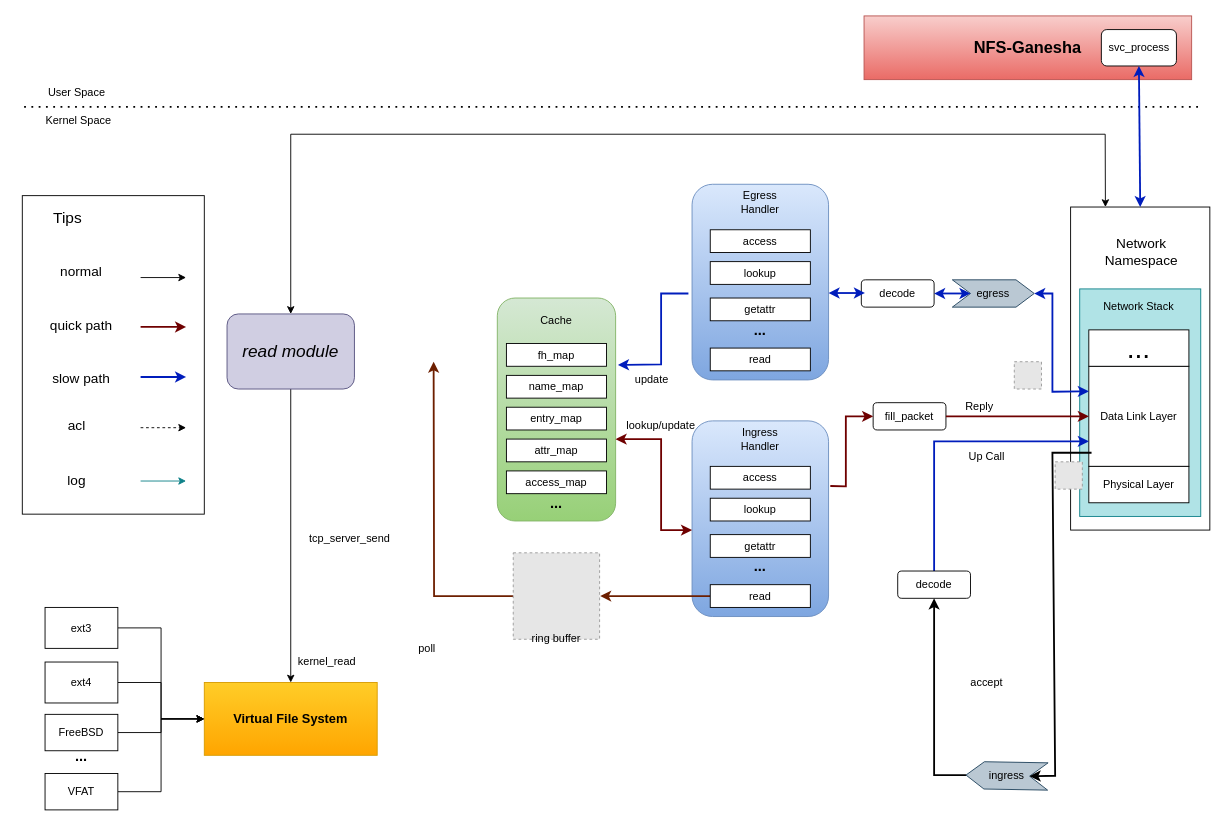
Earlier version of the draw.io diagram 快速处理模块.drawio (Kakoyi945/cloud). Source tidied: cells renumbered, new cells numbered last; positions are measured from the earlier drawing's top-left corner, leaving out a move shared by most shapes. Both pictures are drawn from the tidied source at 91%, with x=0, y=0 at pixel (22, 15). Pictures stored in the file or linked from it are replaced by grey dashed boxes.
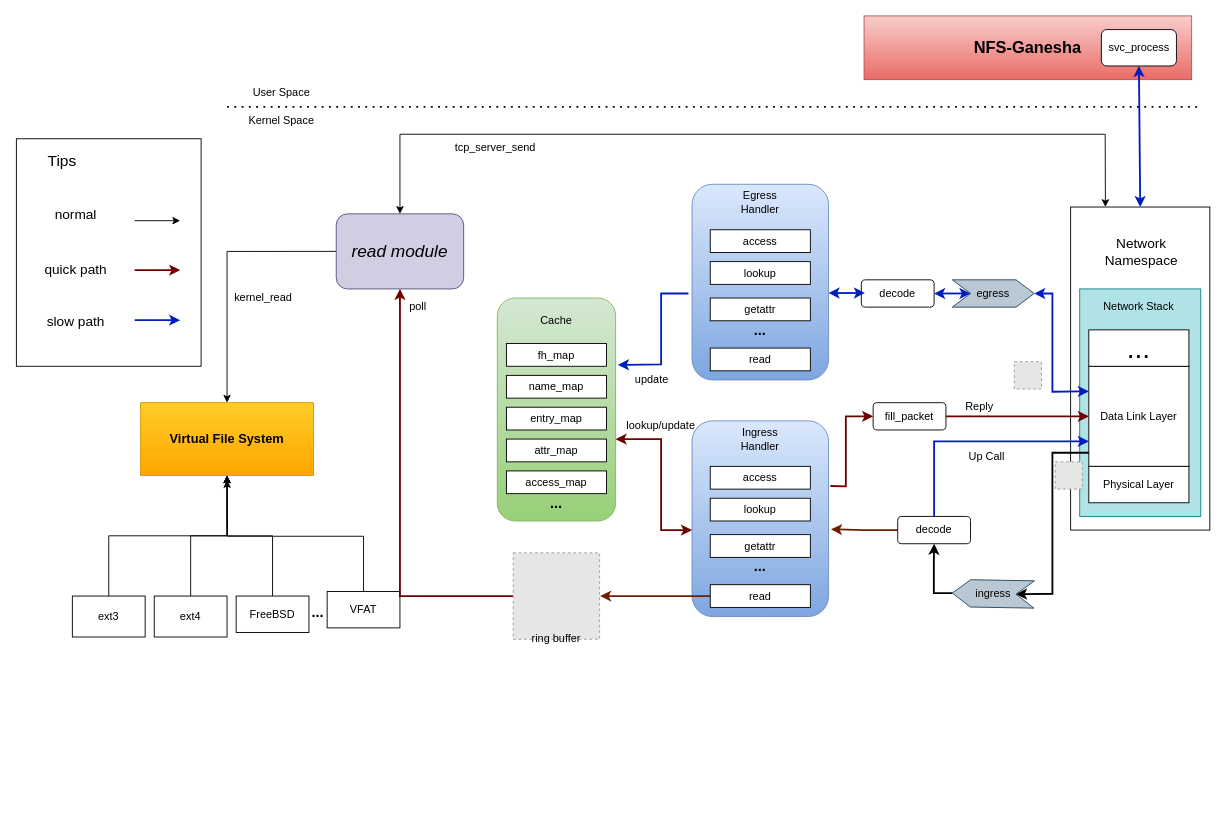
The same page after the edit.

Commit message:
更新快速处理模块.drawio

The change refers to these unchanged cells:
```xml
<mxCell id="2" style="rounded=0;whiteSpace=wrap;html=1;" parent="1" vertex="1">
  <mxGeometry x="1152" y="210" width="153" height="355" as="geometry" />
</mxCell>
<mxCell id="8" value="Data Link Layer" style="rounded=0;whiteSpace=wrap;html=1;" parent="1" vertex="1">
  <mxGeometry x="1172" y="385" width="110" height="110" as="geometry" />
</mxCell>
<mxCell id="19" style="rounded=1;whiteSpace=wrap;html=1;fillColor=#dae8fc;gradientColor=#7ea6e0;strokeColor=#6c8ebf;" parent="1" vertex="1">
  <mxGeometry x="736" y="445" width="150" height="215" as="geometry" />
</mxCell>
<mxCell id="72" style="fillColor=#E6E6E6;strokeColor=#999999;dashed=1;verticalLabelPosition=bottom;labelBackgroundColor=default;verticalAlign=top;" parent="1" vertex="1">
  <mxGeometry x="539.5" y="590" width="94.9" height="95" as="geometry" />
</mxCell>
```

The edit, as a diff of the source:
```diff
@@
+    <mxCell id="33" style="endArrow=classic;html=1;rounded=0;entryX=0;entryY=0.5;entryDx=0;entryDy=0;fillColor=#e51400;strokeColor=#000000;strokeWidth=2;exitX=0.027;exitY=0.864;exitDx=0;exitDy=0;exitPerimeter=0;" parent="1" edge="1" source="8" target="30">
+      <mxGeometry relative="1" as="geometry">
+        <Array as="points">
+          <mxPoint x="1132" y="480" />
+          <mxPoint x="1132" y="635" />
+        </Array>
+      </mxGeometry>
+    </mxCell>
@@
     <mxCell id="5" value="User Space" style="text;html=1;strokeColor=none;fillColor=none;align=center;verticalAlign=middle;whiteSpace=wrap;rounded=0;" parent="1" vertex="1">
-      <mxGeometry y="70" width="120" height="30" as="geometry" />
+      <mxGeometry x="225" y="70" width="120" height="30" as="geometry" />
     </mxCell>
     <mxCell id="6" value="Kernel Space" style="text;html=1;strokeColor=none;fillColor=none;align=center;verticalAlign=middle;whiteSpace=wrap;rounded=0;" parent="1" vertex="1">
-      <mxGeometry x="2" y="100" width="120" height="30" as="geometry" />
+      <mxGeometry x="225" y="100" width="120" height="30" as="geometry" />
     </mxCell>
@@
     <mxCell id="30" style="shape=step;perimeter=stepPerimeter;whiteSpace=wrap;html=1;fixedSize=1;rotation=-179;fillColor=#bac8d3;strokeColor=#23445d;" parent="1" vertex="1">
-      <mxGeometry x="1037" y="820" width="90" height="30" as="geometry" />
+      <mxGeometry x="1022" y="620" width="90" height="30" as="geometry" />
     </mxCell>
@@
     <mxCell id="32" value="ingress" style="text;html=1;strokeColor=none;fillColor=none;align=center;verticalAlign=middle;whiteSpace=wrap;rounded=0;" parent="1" vertex="1">
-      <mxGeometry x="1052" y="820" width="60" height="30" as="geometry" />
+      <mxGeometry x="1037" y="620" width="60" height="30" as="geometry" />
     </mxCell>
-    <mxCell id="33" style="endArrow=classic;html=1;rounded=0;entryX=0;entryY=0.5;entryDx=0;entryDy=0;fillColor=#e51400;strokeColor=#000000;strokeWidth=2;" parent="1" edge="1" target="30">
-      <mxGeometry relative="1" as="geometry">
-        <mxPoint x="1175" y="480" as="sourcePoint" />
-        <Array as="points">
-          <mxPoint x="1132" y="480" />
-          <mxPoint x="1135" y="835" />
-        </Array>
-      </mxGeometry>
-    </mxCell>
@@
+    <mxCell id="92" style="edgeStyle=orthogonalEdgeStyle;rounded=0;jettySize=auto;html=1;entryX=1.018;entryY=0.554;entryDx=0;entryDy=0;entryPerimeter=0;fillColor=#a0522d;strokeColor=#6D1F00;strokeWidth=2;" parent="1" edge="1" source="38" target="19">
+      <mxGeometry relative="1" as="geometry" />
+    </mxCell>
     <mxCell id="38" value="decode" style="rounded=1;whiteSpace=wrap;html=1;" parent="1" vertex="1">
-      <mxGeometry x="962" y="610" width="80" height="30" as="geometry" />
+      <mxGeometry x="962" y="550" width="80" height="30" as="geometry" />
     </mxCell>
@@
     <mxCell id="59" value="&lt;h3&gt;Virtual File System&lt;/h3&gt;" style="rounded=0;whiteSpace=wrap;html=1;fillColor=#ffcd28;gradientColor=#ffa500;strokeColor=#d79b00;" parent="1" vertex="1">
-      <mxGeometry x="200" y="732.5" width="190" height="80" as="geometry" />
+      <mxGeometry x="130" y="425" width="190" height="80" as="geometry" />
     </mxCell>
-    <mxCell id="60" style="edgeStyle=orthogonalEdgeStyle;rounded=0;jettySize=auto;html=1;exitX=1;exitY=0.5;exitDx=0;exitDy=0;entryX=0;entryY=0.5;entryDx=0;entryDy=0;" parent="1" edge="1" source="61" target="59">
+    <mxCell id="60" style="edgeStyle=orthogonalEdgeStyle;rounded=0;jettySize=auto;html=1;exitX=0.5;exitY=0;exitDx=0;exitDy=0;entryX=0.5;entryY=1;entryDx=0;entryDy=0;" parent="1" edge="1" source="61" target="59">
       <mxGeometry relative="1" as="geometry" />
     </mxCell>
     <mxCell id="61" value="ext3" style="rounded=0;whiteSpace=wrap;html=1;" parent="1" vertex="1">
-      <mxGeometry x="25" y="650" width="80" height="45" as="geometry" />
+      <mxGeometry x="55" y="637.5" width="80" height="45" as="geometry" />
     </mxCell>
-    <mxCell id="62" style="edgeStyle=orthogonalEdgeStyle;rounded=0;jettySize=auto;html=1;entryX=0;entryY=0.5;entryDx=0;entryDy=0;" parent="1" edge="1" source="63" target="59">
+    <mxCell id="62" style="edgeStyle=orthogonalEdgeStyle;rounded=0;jettySize=auto;html=1;exitX=0.5;exitY=0;exitDx=0;exitDy=0;entryX=0.5;entryY=1;entryDx=0;entryDy=0;" parent="1" edge="1" source="63" target="59">
       <mxGeometry relative="1" as="geometry" />
     </mxCell>
     <mxCell id="63" value="ext4" style="rounded=0;whiteSpace=wrap;html=1;" parent="1" vertex="1">
-      <mxGeometry x="25" y="710" width="80" height="45" as="geometry" />
+      <mxGeometry x="145" y="637.5" width="80" height="45" as="geometry" />
     </mxCell>
-    <mxCell id="64" style="edgeStyle=orthogonalEdgeStyle;rounded=0;jettySize=auto;html=1;entryX=0;entryY=0.5;entryDx=0;entryDy=0;" parent="1" edge="1" source="65" target="59">
+    <mxCell id="64" style="edgeStyle=orthogonalEdgeStyle;rounded=0;jettySize=auto;html=1;entryX=0.5;entryY=1;entryDx=0;entryDy=0;" parent="1" edge="1" source="65" target="59">
       <mxGeometry relative="1" as="geometry" />
     </mxCell>
     <mxCell id="65" value="FreeBSD" style="rounded=0;whiteSpace=wrap;html=1;" parent="1" vertex="1">
-      <mxGeometry x="25" y="767.5" width="80" height="40" as="geometry" />
+      <mxGeometry x="235" y="637.5" width="80" height="40" as="geometry" />
     </mxCell>
-    <mxCell id="66" style="edgeStyle=orthogonalEdgeStyle;rounded=0;jettySize=auto;html=1;entryX=0;entryY=0.5;entryDx=0;entryDy=0;" parent="1" edge="1" source="67" target="59">
-      <mxGeometry relative="1" as="geometry" />
-    </mxCell>
+    <mxCell id="93" style="edgeStyle=orthogonalEdgeStyle;rounded=0;jettySize=auto;html=1;exitX=0.5;exitY=0;exitDx=0;exitDy=0;" parent="1" edge="1" source="67">
+      <mxGeometry relative="1" as="geometry">
+        <mxPoint x="225" y="510" as="targetPoint" />
+      </mxGeometry>
+    </mxCell>
     <mxCell id="67" value="VFAT" style="rounded=0;whiteSpace=wrap;html=1;" parent="1" vertex="1">
-      <mxGeometry x="25" y="832.5" width="80" height="40" as="geometry" />
+      <mxGeometry x="335" y="632.5" width="80" height="40" as="geometry" />
     </mxCell>
     <mxCell id="68" value="&lt;b&gt;&lt;font style=&quot;font-size: 16px;&quot;&gt;...&lt;/font&gt;&lt;/b&gt;" style="text;html=1;strokeColor=none;fillColor=none;align=center;verticalAlign=middle;whiteSpace=wrap;rounded=0;" parent="1" vertex="1">
-      <mxGeometry x="35" y="797.5" width="60" height="30" as="geometry" />
+      <mxGeometry x="295" y="640" width="60" height="30" as="geometry" />
     </mxCell>
-    <mxCell id="69" style="edgeStyle=orthogonalEdgeStyle;rounded=0;jettySize=auto;html=1;exitX=0.5;exitY=1;exitDx=0;exitDy=0;" parent="1" edge="1" source="70" target="59">
+    <mxCell id="69" style="edgeStyle=orthogonalEdgeStyle;rounded=0;jettySize=auto;html=1;exitX=0;exitY=0.5;exitDx=0;exitDy=0;" parent="1" edge="1" source="70" target="59">
       <mxGeometry relative="1" as="geometry" />
     </mxCell>
     <mxCell id="70" value="&lt;font size=&quot;1&quot; style=&quot;&quot;&gt;&lt;i style=&quot;font-size: 19px;&quot;&gt;read module&lt;/i&gt;&lt;/font&gt;" style="rounded=1;whiteSpace=wrap;html=1;fillColor=#d0cee2;strokeColor=#56517e;" parent="1" vertex="1">
-      <mxGeometry x="225" y="327.5" width="140" height="82.5" as="geometry" />
+      <mxGeometry x="345" y="217.5" width="140" height="82.5" as="geometry" />
     </mxCell>
-    <mxCell id="71" style="edgeStyle=orthogonalEdgeStyle;rounded=0;jettySize=auto;html=1;exitX=0;exitY=0.5;exitDx=0;exitDy=0;fillColor=#a0522d;strokeColor=#6D1F00;strokeWidth=2;" parent="1" edge="1" source="72">
-      <mxGeometry relative="1" as="geometry">
-        <mxPoint x="452" y="380" as="targetPoint" />
-      </mxGeometry>
-    </mxCell>
+    <mxCell id="94" style="edgeStyle=orthogonalEdgeStyle;rounded=0;jettySize=auto;html=1;entryX=0.5;entryY=1;entryDx=0;entryDy=0;fillColor=#a20025;strokeColor=#6F0000;strokeWidth=2;" parent="1" edge="1" source="72" target="70">
+      <mxGeometry relative="1" as="geometry" />
+    </mxCell>
@@
     <mxCell id="75" style="endArrow=classic;startArrow=classic;html=1;rounded=0;exitX=0.25;exitY=0;exitDx=0;exitDy=0;entryX=0.5;entryY=0;entryDx=0;entryDy=0;" parent="1" edge="1" source="2" target="70">
       <mxGeometry relative="1" as="geometry">
         <Array as="points">
           <mxPoint x="1190" y="130" />
-          <mxPoint x="295" y="130" />
+          <mxPoint x="415" y="130" />
         </Array>
       </mxGeometry>
     </mxCell>
     <mxCell id="76" value="poll" style="text;html=1;strokeColor=none;fillColor=none;align=center;verticalAlign=middle;whiteSpace=wrap;rounded=0;" parent="1" vertex="1">
-      <mxGeometry x="415" y="680" width="60" height="30" as="geometry" />
+      <mxGeometry x="405" y="305" width="60" height="30" as="geometry" />
     </mxCell>
     <mxCell id="77" value="kernel_read" style="text;html=1;strokeColor=none;fillColor=none;align=center;verticalAlign=middle;whiteSpace=wrap;rounded=0;" parent="1" vertex="1">
-      <mxGeometry x="305" y="695" width="60" height="30" as="geometry" />
+      <mxGeometry x="235" y="295" width="60" height="30" as="geometry" />
     </mxCell>
     <mxCell id="78" value="tcp_server_send" style="text;html=1;strokeColor=none;fillColor=none;align=center;verticalAlign=middle;whiteSpace=wrap;rounded=0;" parent="1" vertex="1">
-      <mxGeometry x="305" y="550" width="110" height="50" as="geometry" />
+      <mxGeometry x="465" y="120" width="110" height="50" as="geometry" />
     </mxCell>
-    <mxCell id="79" value="accept" style="text;html=1;strokeColor=none;fillColor=none;align=center;verticalAlign=middle;whiteSpace=wrap;rounded=0;" parent="1" vertex="1">
-      <mxGeometry x="1030.1" y="717.5" width="60" height="30" as="geometry" />
-    </mxCell>
     <mxCell id="80" style="rounded=0;whiteSpace=wrap;html=1;" parent="1" vertex="1">
-      <mxGeometry y="197.5" width="200" height="350" as="geometry" />
+      <mxGeometry x="-6.5" y="135" width="203" height="250" as="geometry" />
     </mxCell>
     <mxCell id="81" value="&lt;font style=&quot;font-size: 17px;&quot;&gt;Tips&lt;/font&gt;" style="text;html=1;strokeColor=none;fillColor=none;align=center;verticalAlign=middle;whiteSpace=wrap;rounded=0;" parent="1" vertex="1">
-      <mxGeometry x="20" y="207.5" width="60" height="30" as="geometry" />
+      <mxGeometry x="13.5" y="145" width="60" height="30" as="geometry" />
     </mxCell>
     <mxCell id="82" style="endArrow=classic;html=1;rounded=0;strokeWidth=2;fillColor=#a20025;strokeColor=#6F0000;" parent="1" edge="1">
       <mxGeometry relative="1" as="geometry">
-        <mxPoint x="130" y="341.8" as="sourcePoint" />
-        <mxPoint x="180" y="341.8" as="targetPoint" />
+        <mxPoint x="123.5" y="279.3" as="sourcePoint" />
+        <mxPoint x="173.5" y="279.3" as="targetPoint" />
       </mxGeometry>
     </mxCell>
     <mxCell id="83" value="&lt;font style=&quot;font-size: 15px;&quot;&gt;quick path&lt;/font&gt;" style="text;html=1;strokeColor=none;fillColor=none;align=center;verticalAlign=middle;whiteSpace=wrap;rounded=0;" parent="1" vertex="1">
-      <mxGeometry x="20" y="322.5" width="90" height="35" as="geometry" />
+      <mxGeometry x="13.5" y="260" width="90" height="35" as="geometry" />
     </mxCell>
     <mxCell id="84" style="endArrow=classic;html=1;rounded=0;strokeWidth=2;fillColor=#0050ef;strokeColor=#001DBC;" parent="1" edge="1">
       <mxGeometry relative="1" as="geometry">
-        <mxPoint x="130" y="396.8" as="sourcePoint" />
-        <mxPoint x="180" y="396.8" as="targetPoint" />
+        <mxPoint x="123.5" y="334.3" as="sourcePoint" />
+        <mxPoint x="173.5" y="334.3" as="targetPoint" />
       </mxGeometry>
     </mxCell>
     <mxCell id="85" value="&lt;font style=&quot;font-size: 15px;&quot;&gt;slow path&lt;/font&gt;" style="text;html=1;strokeColor=none;fillColor=none;align=center;verticalAlign=middle;whiteSpace=wrap;rounded=0;" parent="1" vertex="1">
-      <mxGeometry x="20" y="380" width="90" height="35" as="geometry" />
+      <mxGeometry x="13.5" y="317.5" width="90" height="35" as="geometry" />
     </mxCell>
-    <mxCell id="86" style="endArrow=classic;html=1;rounded=0;strokeWidth=1;fillColor=#0050ef;strokeColor=#000000;dashed=1;" parent="1" edge="1">
-      <mxGeometry relative="1" as="geometry">
-        <mxPoint x="130" y="452.5" as="sourcePoint" />
-        <mxPoint x="180" y="452.5" as="targetPoint" />
-      </mxGeometry>
-    </mxCell>
-    <mxCell id="87" value="&lt;font style=&quot;font-size: 15px;&quot;&gt;acl&lt;/font&gt;" style="text;html=1;strokeColor=none;fillColor=none;align=center;verticalAlign=middle;whiteSpace=wrap;rounded=0;" parent="1" vertex="1">
-      <mxGeometry x="15" y="432.5" width="90" height="35" as="geometry" />
-    </mxCell>
-    <mxCell id="88" style="endArrow=classic;html=1;rounded=0;strokeWidth=1;fillColor=#b0e3e6;strokeColor=#0e8088;" parent="1" edge="1">
-      <mxGeometry relative="1" as="geometry">
-        <mxPoint x="130" y="511.1" as="sourcePoint" />
-        <mxPoint x="180" y="511.1" as="targetPoint" />
-      </mxGeometry>
-    </mxCell>
-    <mxCell id="89" value="&lt;font style=&quot;font-size: 15px;&quot;&gt;log&lt;/font&gt;" style="text;html=1;strokeColor=none;fillColor=none;align=center;verticalAlign=middle;whiteSpace=wrap;rounded=0;" parent="1" vertex="1">
-      <mxGeometry x="15" y="492.5" width="90" height="35" as="geometry" />
-    </mxCell>
     <mxCell id="90" value="&lt;font style=&quot;font-size: 15px;&quot;&gt;normal&lt;/font&gt;" style="text;html=1;strokeColor=none;fillColor=none;align=center;verticalAlign=middle;whiteSpace=wrap;rounded=0;" parent="1" vertex="1">
-      <mxGeometry x="20" y="262.5" width="90" height="35" as="geometry" />
+      <mxGeometry x="13.5" y="200" width="90" height="35" as="geometry" />
     </mxCell>
     <mxCell id="91" style="endArrow=classic;html=1;rounded=0;strokeWidth=1;fillColor=#a20025;strokeColor=#000000;" parent="1" edge="1">
       <mxGeometry relative="1" as="geometry">
-        <mxPoint x="130" y="287.5" as="sourcePoint" />
-        <mxPoint x="180" y="287.5" as="targetPoint" />
+        <mxPoint x="123.5" y="225" as="sourcePoint" />
+        <mxPoint x="173.5" y="225" as="targetPoint" />
       </mxGeometry>
     </mxCell>
```
